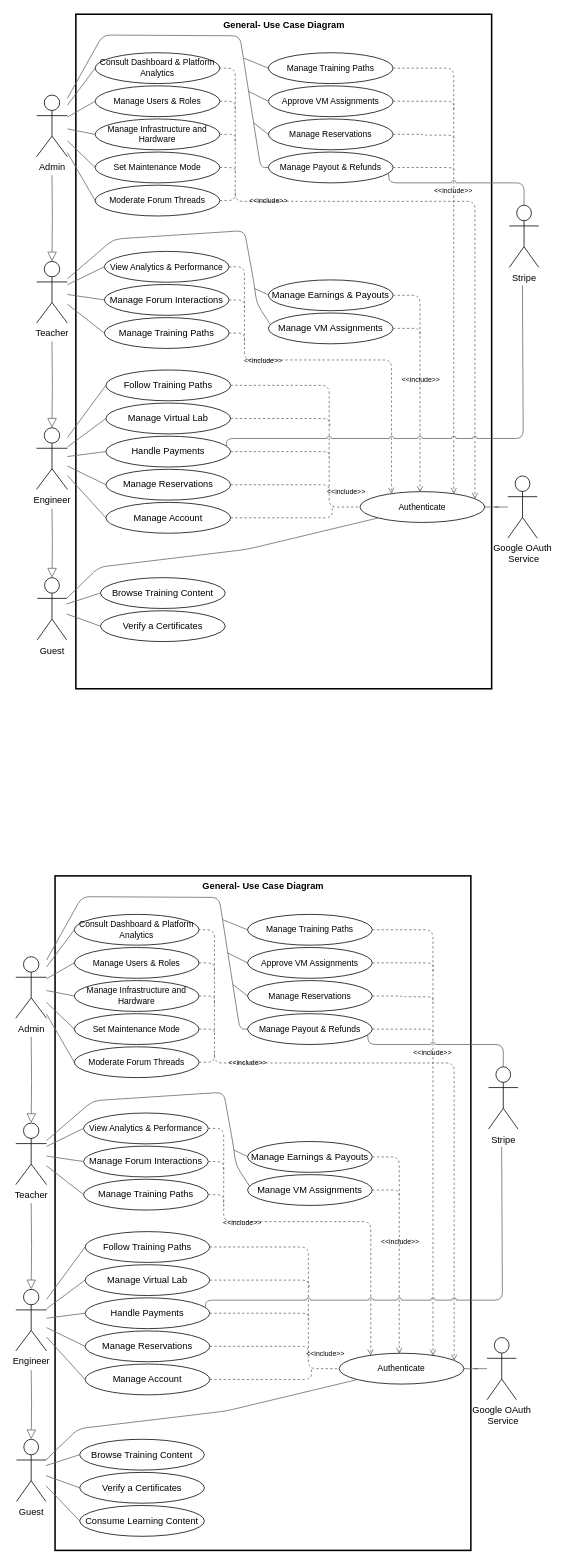
Above: page "Main" (1 of 7) of internshipReport/plantuml/Use case Diagram.drawio in AbdelazizBarhoumi/iot_reap (draw.io), before the change. Source tidied: cells renumbered, new cells numbered last; positions are measured from the earlier drawing's top-left corner, leaving out a move shared by most shapes. Both pictures are drawn from the tidied source at 77%, with x=0, y=0 at pixel (15, 14).
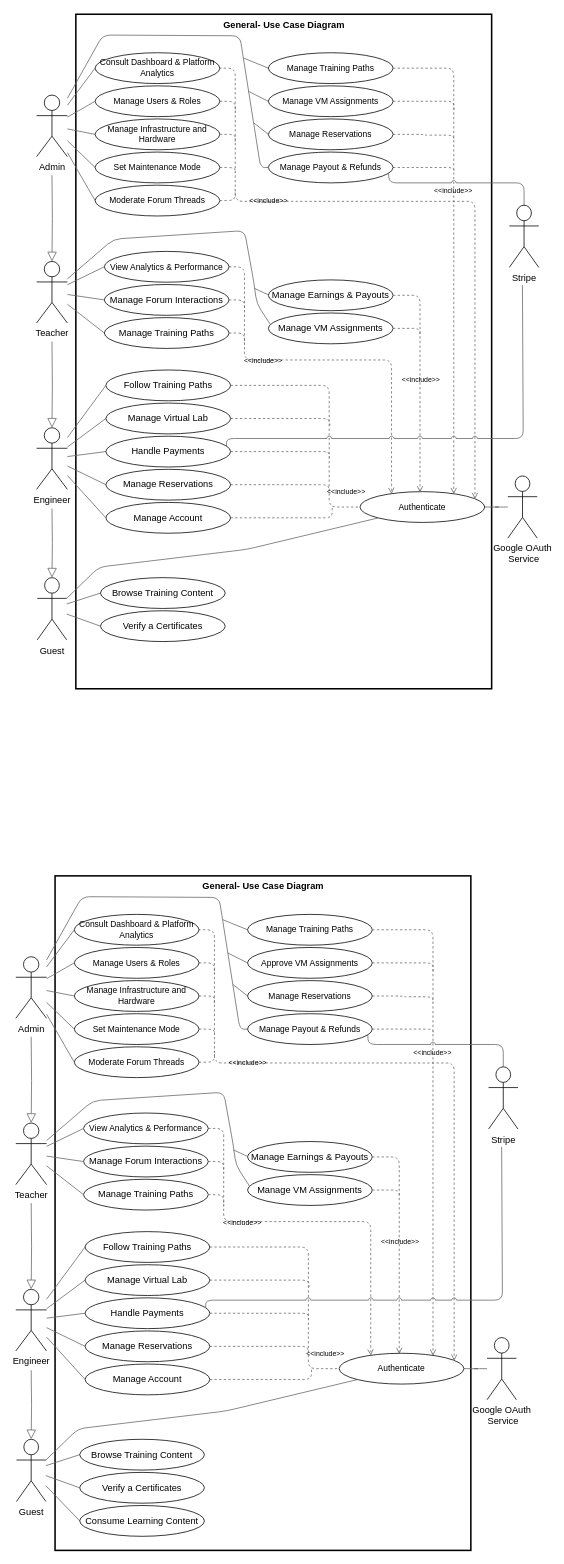
The same page after the edit.

Diff of the diagram source:
```diff
@@
-    <mxCell id="37" value="&lt;div style=&quot;line-height: 100%;&quot;&gt;&lt;span style=&quot;&quot;&gt;Approve VM Assignments&lt;/span&gt;&lt;/div&gt;" style="ellipse;whiteSpace=wrap;html=1;fontSize=11;fontFamily=Aptos;fontStyle=0;spacing=0;spacingTop=0;verticalAlign=middle;fontColor=light-dark(#000000,#FFFFFF);strokeColor=#000000;labelBackgroundColor=none;" parent="1" vertex="1">
+    <mxCell id="37" value="&lt;div style=&quot;line-height: 100%;&quot;&gt;Manage VM Assignments&lt;/div&gt;" style="ellipse;whiteSpace=wrap;html=1;fontSize=11;fontFamily=Aptos;fontStyle=0;spacing=0;spacingTop=0;verticalAlign=middle;fontColor=light-dark(#000000,#FFFFFF);strokeColor=#000000;labelBackgroundColor=none;" parent="1" vertex="1">
       <mxGeometry x="328" y="93" width="162" height="40" as="geometry" />
     </mxCell>
```
